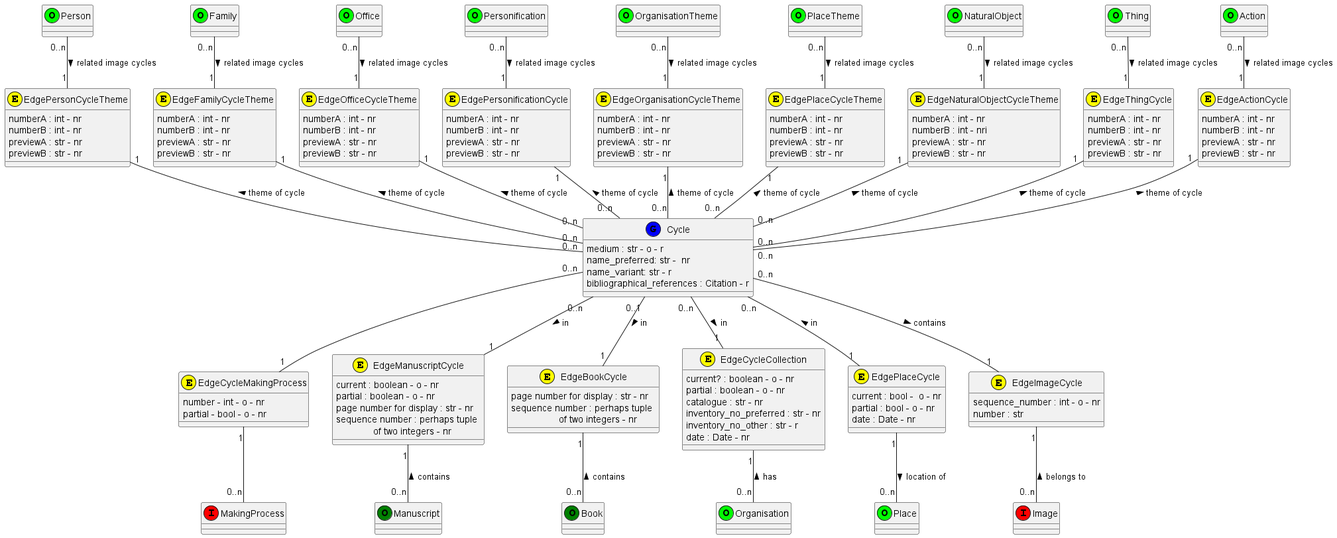
The PlantUML diagram documentation/class_diagrams/Cycle.png in tmasch/bpf_be, before a commit.
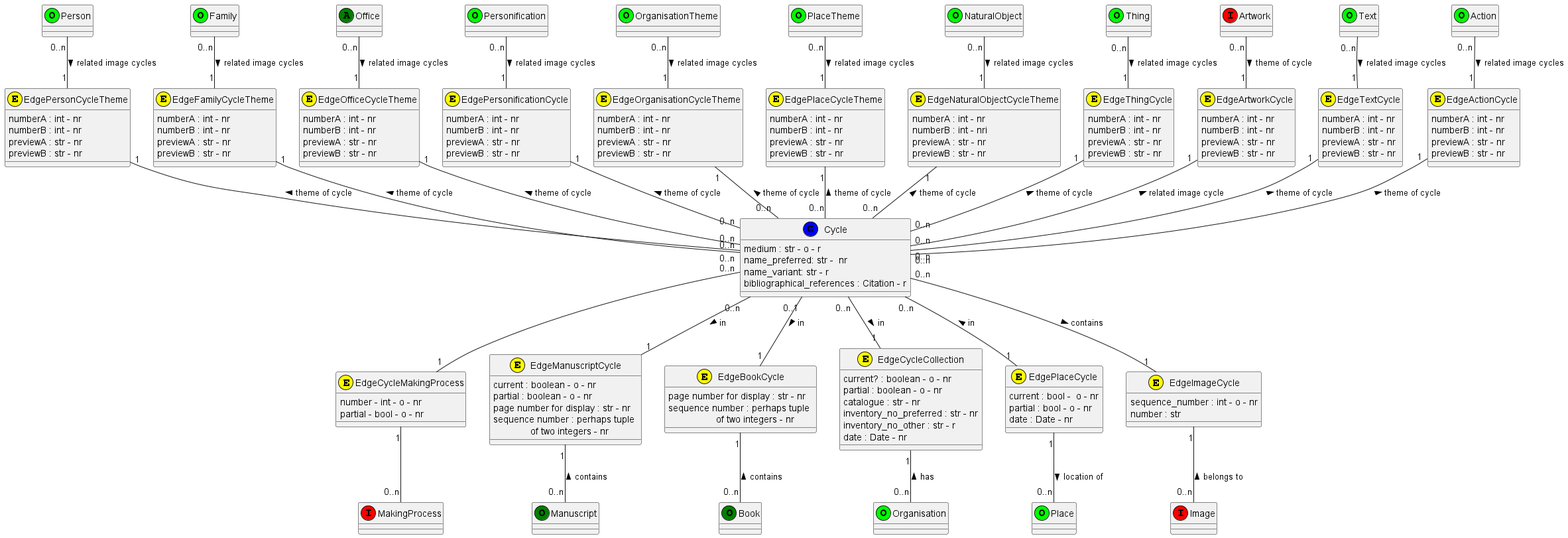
After the commit.

Change to the diagram source:
```diff
@@ -11,7 +11,7 @@
 
 class Family <<(O,lime)>>
 
-class Office <<(O,lime)>>
+class Office <<(A,green)>>
 
 class Personification <<(O,lime)>>
 
@@ -26,6 +26,10 @@
 class NaturalObject <<(O,lime)>>
 
 class Thing <<(O,lime)>>
+
+class Artwork <<(I,red)>>
+
+class Text <<(O,lime)>>
 
 class Action <<(O,lime)>>
 
@@ -85,13 +89,23 @@
 EdgeThingCycle : previewA : str - nr
 EdgeThingCycle : previewB : str - nr
 
+class EdgeArtworkCycle << (E,yellow) >>
+EdgeArtworkCycle : numberA : int - nr
+EdgeArtworkCycle : numberB : int - nr
+EdgeArtworkCycle : previewA : str - nr
+EdgeArtworkCycle : previewB : str - nr
+
+class EdgeTextCycle <<(E,yellow)>>
+EdgeTextCycle : numberA : int - nr
+EdgeTextCycle : numberB : int - nr
+EdgeTextCycle : previewA : str - nr
+EdgeTextCycle : previewB : str - nr
+
 class EdgeActionCycle  <<(E,yellow)>>
 EdgeActionCycle : numberA : int - nr
 EdgeActionCycle : numberB : int - nr
 EdgeActionCycle : previewA : str - nr
 EdgeActionCycle : previewB : str - nr
-
-
 
 class EdgeCycleMakingProcess  <<(E,yellow)>>
 EdgeCycleMakingProcess : number - int - o - nr
@@ -151,6 +165,12 @@
 Thing "0..n" -- "1" EdgeThingCycle : related image cycles >
 EdgeThingCycle "1" -- "0..n" Cycle : theme of cycle <
 
+Artwork "0..n" -- "1" EdgeArtworkCycle : theme of cycle >
+EdgeArtworkCycle "1" -- "0..n" Cycle : related image cycle <
+
+Text "0..n" -- "1" EdgeTextCycle : related image cycles >
+EdgeTextCycle "1" -- "0..n" Cycle : theme of cycle <
+
 Action "0..n" -- "1" EdgeActionCycle : related image cycles >
 EdgeActionCycle "1" -- "0..n" Cycle : theme of cycle <
 
```
